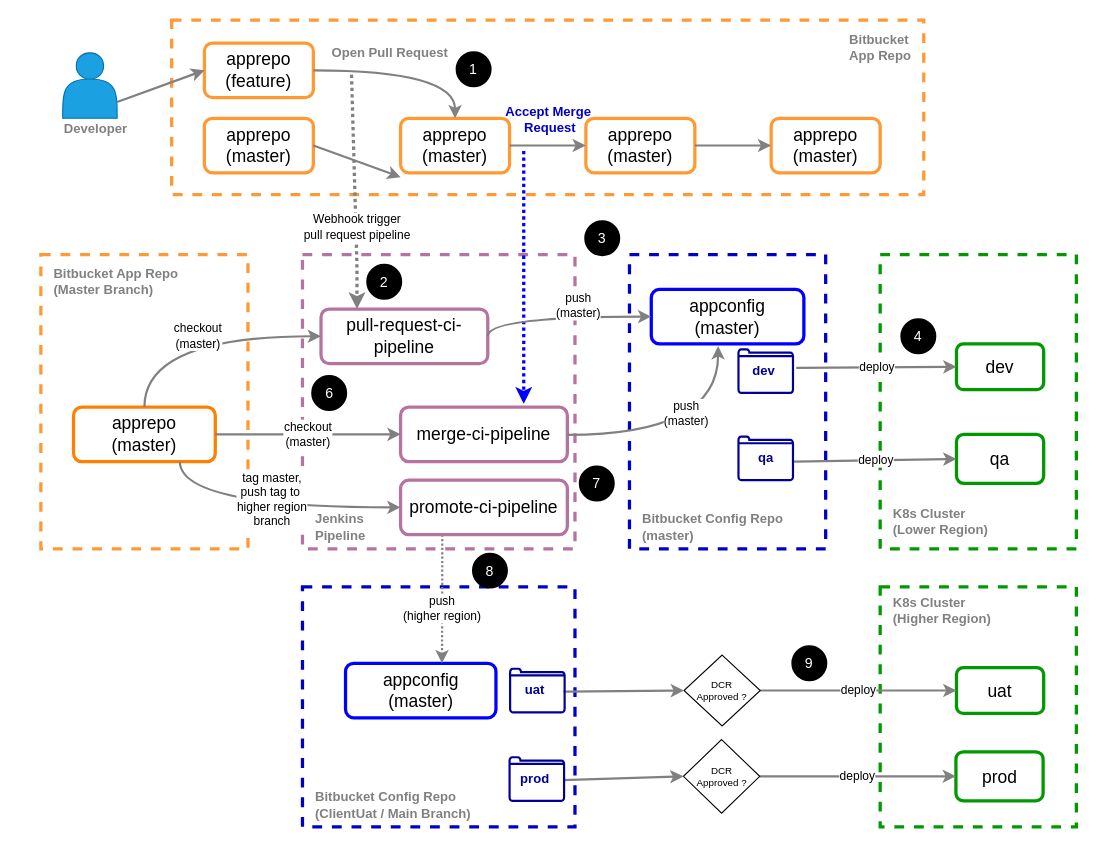
The draw.io diagram page "Page-2" (2 of 2) of cicd.drawio in josephlim75/technologies, before the edit. Source tidied: cells renumbered, new cells numbered last; positions are measured from the earlier drawing's top-left corner, leaving out a move shared by most shapes. Both pictures are drawn from the tidied source at 109%, with x=0, y=0 at pixel (19, 20).
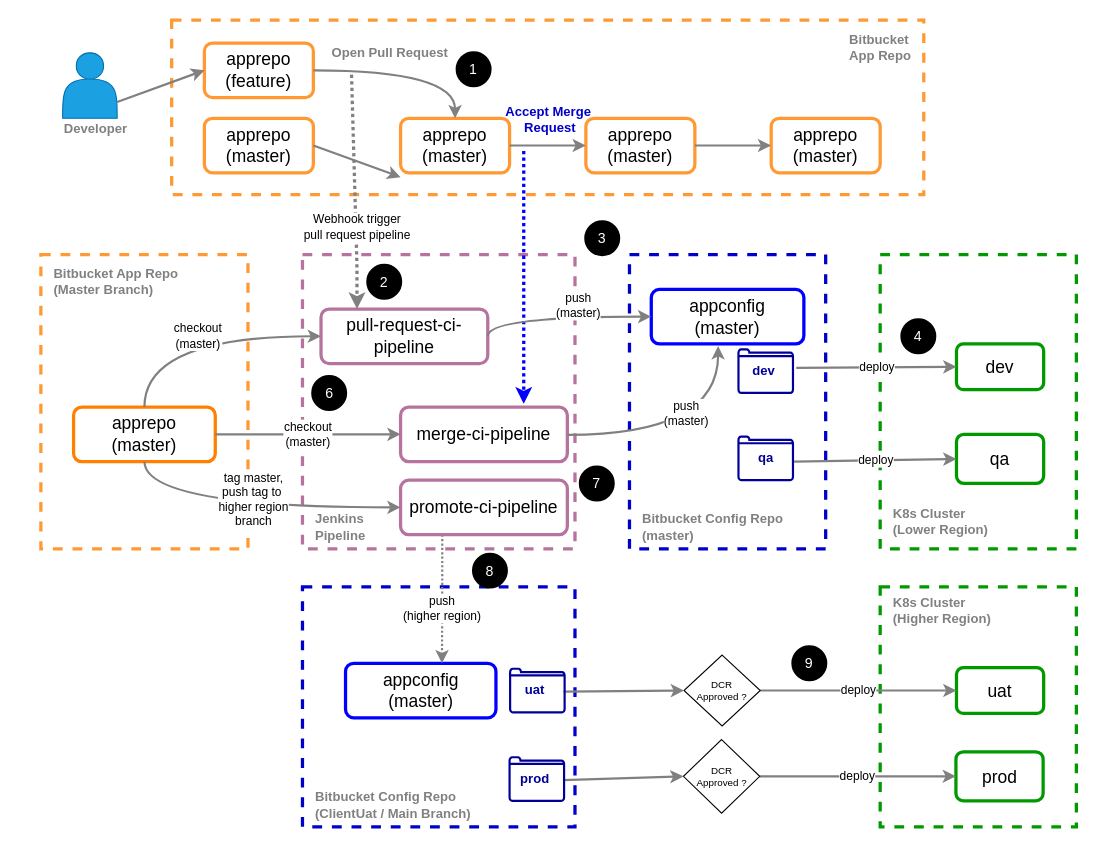
Above is the later version.

Unchanged cells that the change refers to:
```xml
<mxCell id="19" value="&lt;span style=&quot;font-size: 16px&quot;&gt;apprepo&lt;/span&gt;&lt;br style=&quot;font-size: 16px&quot;&gt;&lt;span style=&quot;font-size: 16px&quot;&gt;(master)&lt;/span&gt;&lt;span style=&quot;font-size: 16px&quot;&gt;&lt;br&gt;&lt;/span&gt;" style="rounded=1;whiteSpace=wrap;html=1;strokeColor=#FF8000;strokeWidth=3;" parent="1" vertex="1">
  <mxGeometry x="50" y="355" width="130" height="50" as="geometry" />
</mxCell>
<mxCell id="70" value="&lt;span style=&quot;font-size: 16px&quot;&gt;promote-ci-pipeline&lt;/span&gt;" style="rounded=1;whiteSpace=wrap;html=1;strokeColor=#B5739D;strokeWidth=3;" parent="1" vertex="1">
  <mxGeometry x="350" y="422" width="153" height="50" as="geometry" />
</mxCell>
```

Change to the diagram source:
```diff
@@
-    <mxCell id="71" value="tag master,&lt;br&gt;push tag to&amp;nbsp;&lt;br&gt;higher region&lt;br&gt;branch" style="endArrow=classic;html=1;strokeColor=#808080;strokeWidth=2;entryX=0;entryY=0.5;entryDx=0;entryDy=0;exitX=0.75;exitY=1;exitDx=0;exitDy=0;edgeStyle=orthogonalEdgeStyle;elbow=vertical;curved=1;" parent="1" edge="1" source="19" target="70">
+    <mxCell id="71" value="tag master,&lt;br&gt;push tag to&amp;nbsp;&lt;br&gt;higher region&lt;br&gt;branch" style="endArrow=classic;html=1;strokeColor=#808080;strokeWidth=2;entryX=0;entryY=0.5;entryDx=0;entryDy=0;exitX=0.5;exitY=1;exitDx=0;exitDy=0;edgeStyle=orthogonalEdgeStyle;elbow=vertical;curved=1;" parent="1" edge="1" source="19" target="70">
       <mxGeometry x="0.02" y="7" relative="1" as="geometry">
         <mxPoint x="1" as="offset" />
       </mxGeometry>
     </mxCell>
```
